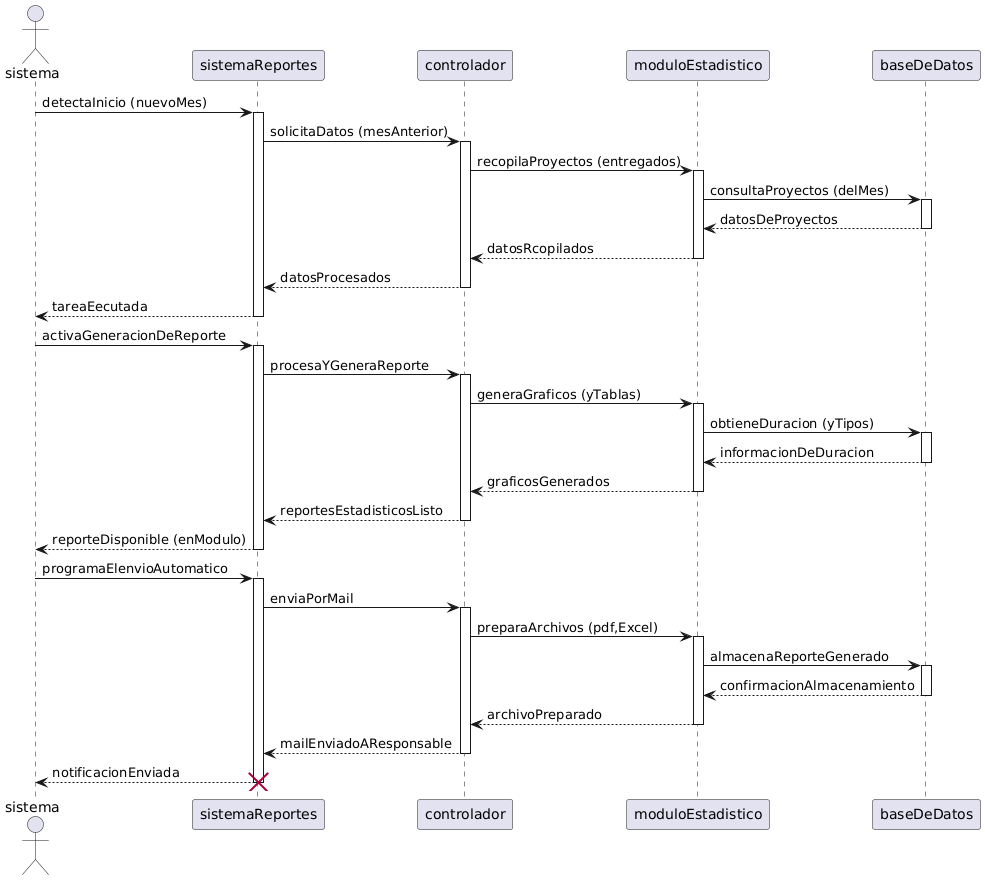
The PlantUML diagram diagramas/05-diagramas-secuencia/05-secuencia-consulta-estadisticas-consulta-automatica-mensual-de-estadisticas-04.png in 9919-Mili/SistemaProductoraVideos, before a commit. Its diagram source:
```plantuml
@startuml
actor sistema
participant sistemaReportes
participant controlador
participant moduloEstadistico
participant baseDeDatos

sistema -> sistemaReportes: detectaInicio (nuevoMes)
activate sistemaReportes
sistemaReportes -> controlador: solicitaDatos (mesAnterior)
activate controlador
controlador -> moduloEstadistico: recopilaProyectos (entregados)
activate moduloEstadistico
moduloEstadistico -> baseDeDatos: consultaProyectos (delMes)
activate baseDeDatos
baseDeDatos --> moduloEstadistico: datosDeProyectos
deactivate baseDeDatos
moduloEstadistico --> controlador: datosRcopilados
deactivate moduloEstadistico
controlador --> sistemaReportes: datosProcesados
deactivate controlador
sistemaReportes --> sistema: tareaEecutada
deactivate sistemaReportes


sistema -> sistemaReportes: activaGeneracionDeReporte
activate sistemaReportes
sistemaReportes -> controlador: procesaYGeneraReporte
activate controlador
controlador -> moduloEstadistico: generaGraficos (yTablas)
activate moduloEstadistico
moduloEstadistico -> baseDeDatos: obtieneDuracion (yTipos)
activate baseDeDatos
baseDeDatos --> moduloEstadistico: informacionDeDuracion
deactivate baseDeDatos
moduloEstadistico --> controlador: graficosGenerados
deactivate moduloEstadistico
controlador --> sistemaReportes: reportesEstadisticosListo
deactivate controlador
sistemaReportes --> sistema: reporteDisponible (enModulo)
deactivate sistemaReportes


sistema -> sistemaReportes: programaElenvioAutomatico
activate sistemaReportes
sistemaReportes -> controlador: enviaPorMail
activate controlador
controlador -> moduloEstadistico: preparaArchivos (pdf,Excel)
activate moduloEstadistico
moduloEstadistico -> baseDeDatos: almacenaReporteGenerado
activate baseDeDatos
baseDeDatos --> moduloEstadistico: confirmacionAlmacenamiento
deactivate baseDeDatos
moduloEstadistico --> controlador: archivoPreparado
deactivate moduloEstadistico
controlador --> sistemaReportes: mailEnviadoAResponsable
deactivate controlador
sistemaReportes --> sistema: notificacionEnviada
deactivate sistemaReportes

destroy sistemaReportes
@enduml
```
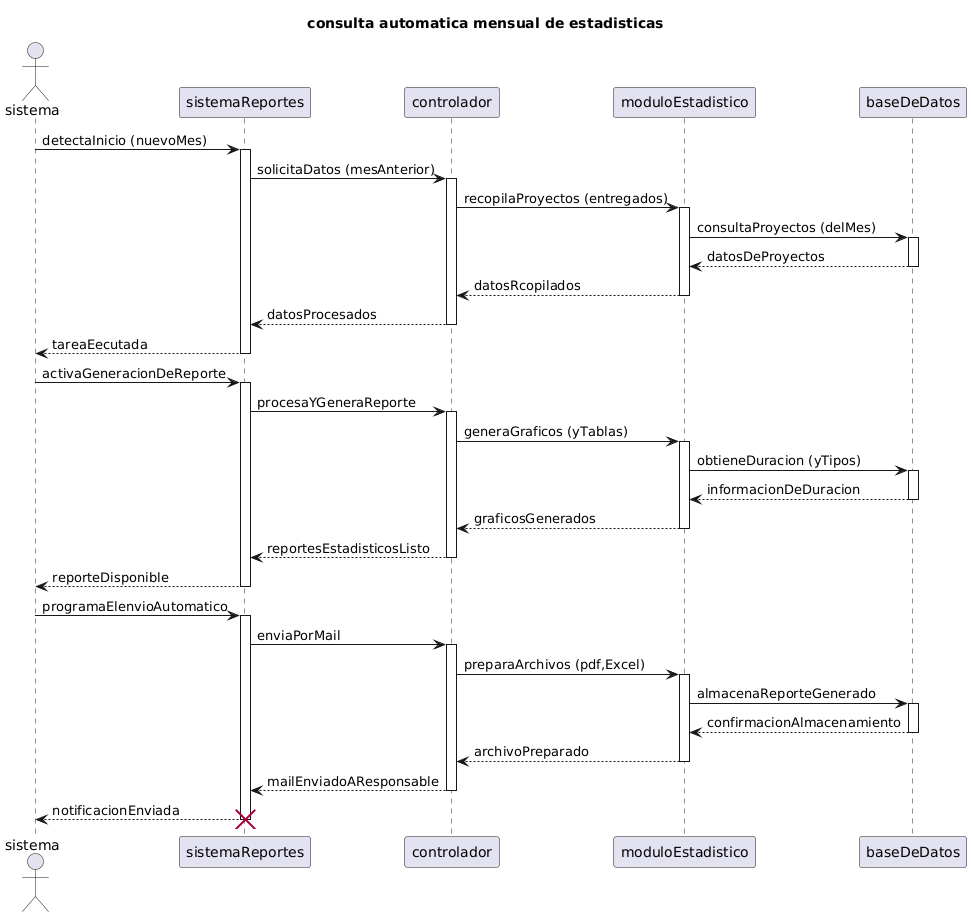
After the commit.

The edit, as a diff of the source:
```diff
@@ -1,9 +1,11 @@
 @startuml
+title consulta automatica mensual de estadisticas
+
 actor sistema
-participant sistemaReportes
-participant controlador
-participant moduloEstadistico
-participant baseDeDatos
+participant sistemaReportes as sistemaReportes
+participant controlador as controlador
+participant moduloEstadistico as moduloEstadistico
+participant baseDeDatos as baseDeDatos
 
 sistema -> sistemaReportes: detectaInicio (nuevoMes)
 activate sistemaReportes
@@ -37,7 +39,7 @@
 deactivate moduloEstadistico
 controlador --> sistemaReportes: reportesEstadisticosListo
 deactivate controlador
-sistemaReportes --> sistema: reporteDisponible (enModulo)
+sistemaReportes --> sistema: reporteDisponible
 deactivate sistemaReportes
 
 
```
